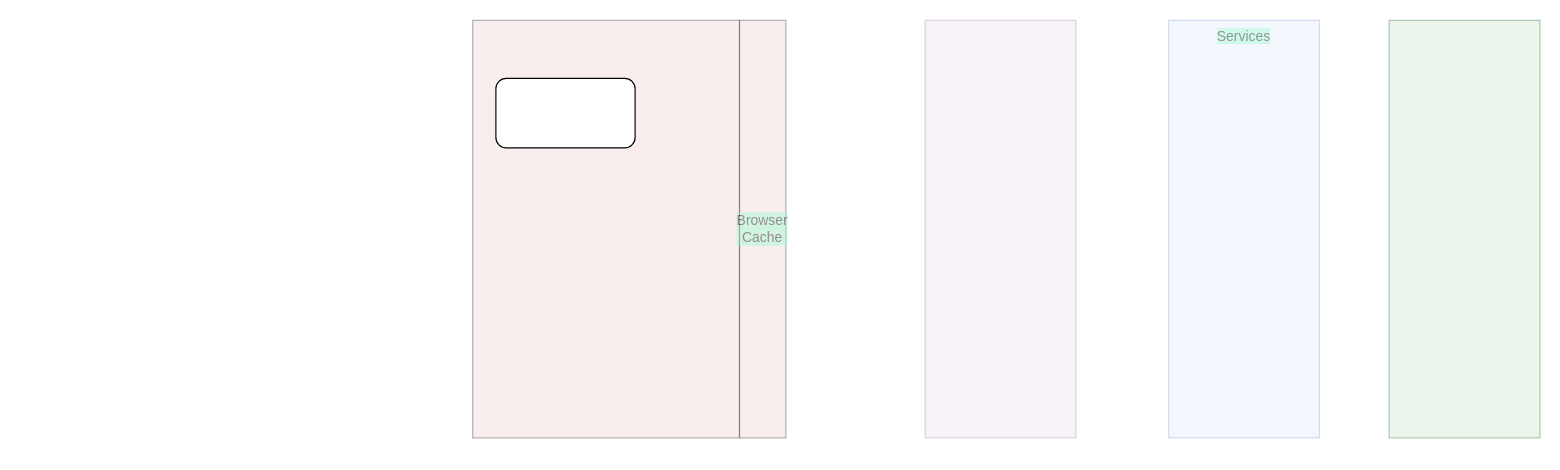
Above: page "Page-2" (3 of 3) of abc-racing.drawio in ajaynarang/diagrams (draw.io), before the change. Source tidied: cells renumbered, new cells numbered last; positions are measured from the earlier drawing's top-left corner, leaving out a move shared by most shapes. Both pictures are drawn from the tidied source at 116%, with x=0, y=0 at pixel (472, 20).
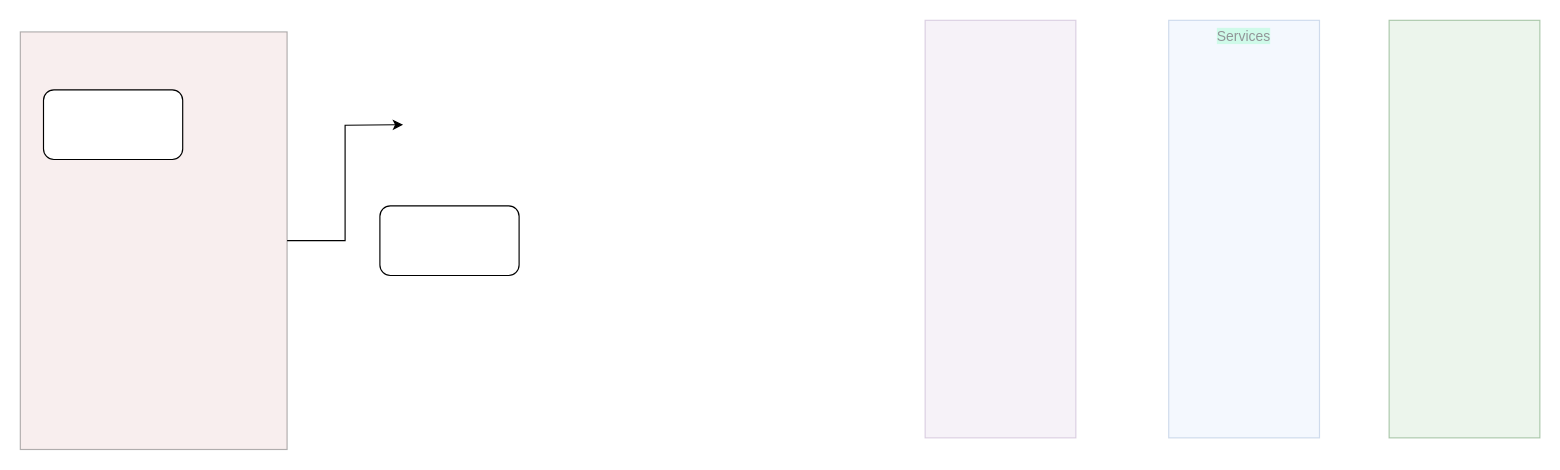
The same page after the edit.

The edit, as a diff of the source:
```diff
@@
 <mxGraphModel>
   <root>
     <mxCell id="0" />
     <mxCell id="1" parent="0" />
+    <mxCell id="8" style="edgeStyle=orthogonalEdgeStyle;rounded=0;jettySize=auto;html=1;" parent="1" edge="1" source="2">
+      <mxGeometry relative="1" as="geometry">
+        <mxPoint x="-60" y="90" as="targetPoint" />
+      </mxGeometry>
+    </mxCell>
     <mxCell id="2" style="rounded=0;whiteSpace=wrap;html=1;textOpacity=40;fontColor=default;labelBackgroundColor=#99FFCC;fillColor=light-dark(#e6c6c6, #ededed);opacity=30;" parent="1" vertex="1">
-      <mxGeometry width="230" height="360" as="geometry" />
+      <mxGeometry x="-390" y="10" width="230" height="360" as="geometry" />
     </mxCell>
     <mxCell id="3" style="rounded=0;whiteSpace=wrap;html=1;textOpacity=40;labelBackgroundColor=#99FFCC;fillColor=#e1d5e7;opacity=30;strokeColor=#9673a6;" parent="1" vertex="1">
       <mxGeometry x="390" width="130" height="360" as="geometry" />
     </mxCell>
     <mxCell id="4" style="rounded=0;whiteSpace=wrap;html=1;textOpacity=40;fontColor=#ffffff;labelBackgroundColor=#99FFCC;fillColor=light-dark(#c0dec0, #43ba43);opacity=30;strokeColor=#005700;" parent="1" vertex="1">
       <mxGeometry x="790" width="130" height="360" as="geometry" />
     </mxCell>
     <mxCell id="5" value="Services" style="rounded=0;whiteSpace=wrap;html=1;textOpacity=40;labelBackgroundColor=#99FFCC;fillColor=#dae8fc;opacity=30;verticalAlign=top;strokeColor=#6c8ebf;" parent="1" vertex="1">
       <mxGeometry x="600" width="130" height="360" as="geometry" />
     </mxCell>
     <mxCell id="6" style="rounded=1;whiteSpace=wrap;html=1;" parent="1" vertex="1">
-      <mxGeometry x="20" y="50" width="120" height="60" as="geometry" />
+      <mxGeometry x="-370" y="60" width="120" height="60" as="geometry" />
     </mxCell>
-    <mxCell id="7" value="Browser Cache" style="rounded=0;whiteSpace=wrap;html=1;textOpacity=40;fontColor=default;labelBackgroundColor=#99FFCC;fillColor=light-dark(#e6c6c6, #ededed);opacity=30;" parent="1" vertex="1">
-      <mxGeometry x="230" width="40" height="360" as="geometry" />
-    </mxCell>
+    <mxCell id="9" style="rounded=1;whiteSpace=wrap;html=1;" parent="1" vertex="1">
+      <mxGeometry x="-80" y="160" width="120" height="60" as="geometry" />
+    </mxCell>
   </root>
 </mxGraphModel>
```
